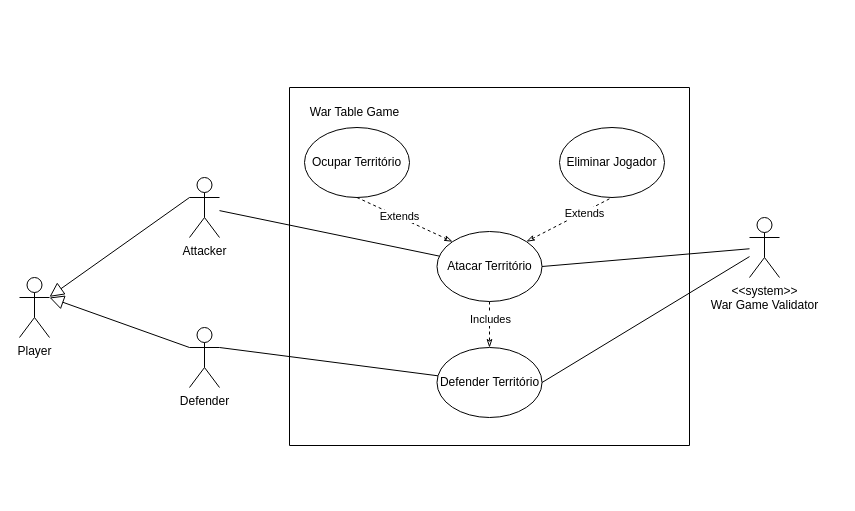
Earlier version of the draw.io diagram use_case_digram_territory_confront.drawio (Gil32610/use-case-digram-territory-confront). Source tidied: cells renumbered, new cells numbered last; positions are measured from the earlier drawing's top-left corner, leaving out a move shared by most shapes. Both pictures are drawn from the tidied source at 100%, with x=0, y=0 at pixel (19, 87).
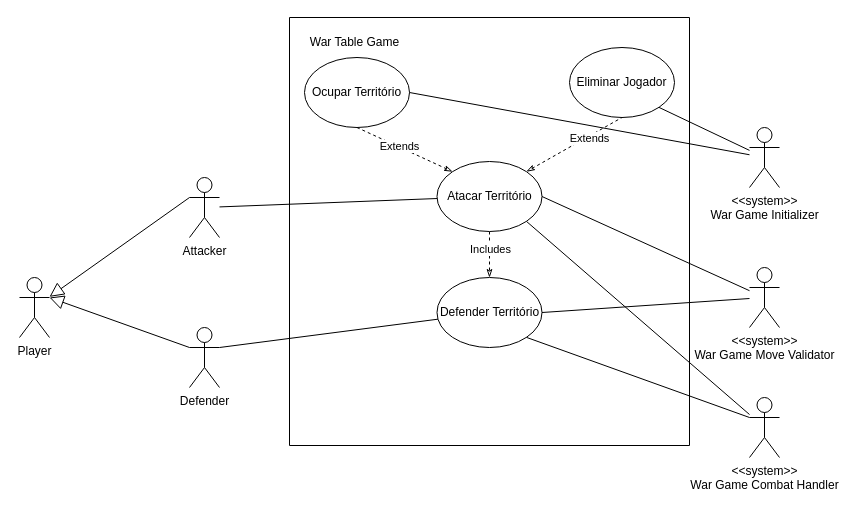
Above is the later version.

Commit message:
war game move validator and war game initializer

The change refers to these unchanged cells:
```xml
<mxCell id="16" value="Atacar Território" style="ellipse;whiteSpace=wrap;html=1;" parent="9" vertex="1">
  <mxGeometry x="147.5" y="144" width="105" height="70" as="geometry" />
</mxCell>
<mxCell id="17" value="Ocupar Território" style="ellipse;whiteSpace=wrap;html=1;" parent="9" vertex="1">
  <mxGeometry x="15" y="40" width="105" height="70" as="geometry" />
</mxCell>
<mxCell id="20" value="Defender Território" style="ellipse;whiteSpace=wrap;html=1;" parent="9" vertex="1">
  <mxGeometry x="147.5" y="260" width="105" height="70" as="geometry" />
</mxCell>
```

What changed in the source:
```diff
@@
-    <mxCell id="7" value="&lt;div&gt;&amp;lt;&amp;lt;system&amp;gt;&amp;gt;&lt;br&gt;&lt;/div&gt;&lt;div&gt;War Game Validator&lt;/div&gt;" style="shape=umlActor;verticalLabelPosition=bottom;verticalAlign=top;html=1;outlineConnect=0;" parent="1" vertex="1">
-      <mxGeometry x="730" y="130" width="30" height="60" as="geometry" />
+    <mxCell id="7" value="&lt;div&gt;&amp;lt;&amp;lt;system&amp;gt;&amp;gt;&lt;br&gt;&lt;/div&gt;&lt;div&gt;War Game Move Validator&lt;/div&gt;" style="shape=umlActor;verticalLabelPosition=bottom;verticalAlign=top;html=1;outlineConnect=0;" parent="1" vertex="1">
+      <mxGeometry x="730" y="180" width="30" height="60" as="geometry" />
     </mxCell>
@@
     <mxCell id="9" style="swimlane;startSize=0;" parent="1" vertex="1">
-      <mxGeometry x="270" width="400" height="358" as="geometry" />
+      <mxGeometry x="270" y="-70" width="400" height="428" as="geometry" />
     </mxCell>
@@
     <mxCell id="18" value="Eliminar Jogador" style="ellipse;whiteSpace=wrap;html=1;" parent="9" vertex="1">
-      <mxGeometry x="270" y="40" width="105" height="70" as="geometry" />
+      <mxGeometry x="280" y="30" width="105" height="70" as="geometry" />
     </mxCell>
@@
+    <mxCell id="24" style="rounded=0;jettySize=auto;html=1;entryX=1;entryY=0.5;entryDx=0;entryDy=0;endArrow=none;endFill=0;" parent="1" edge="1" source="26" target="17">
+      <mxGeometry relative="1" as="geometry" />
+    </mxCell>
+    <mxCell id="25" style="rounded=0;jettySize=auto;html=1;entryX=1;entryY=1;entryDx=0;entryDy=0;endArrow=none;endFill=0;" parent="1" edge="1" source="26" target="18">
+      <mxGeometry relative="1" as="geometry" />
+    </mxCell>
+    <mxCell id="26" value="&lt;div&gt;&amp;lt;&amp;lt;system&amp;gt;&amp;gt;&lt;br&gt;&lt;/div&gt;&lt;div&gt;War Game Initializer&lt;/div&gt;" style="shape=umlActor;verticalLabelPosition=bottom;verticalAlign=top;html=1;outlineConnect=0;" parent="1" vertex="1">
+      <mxGeometry x="730" y="40" width="30" height="60" as="geometry" />
+    </mxCell>
+    <mxCell id="27" style="rounded=0;jettySize=auto;html=1;entryX=1;entryY=1;entryDx=0;entryDy=0;endArrow=none;endFill=0;" parent="1" edge="1" source="29" target="16">
+      <mxGeometry relative="1" as="geometry" />
+    </mxCell>
+    <mxCell id="28" style="rounded=0;jettySize=auto;html=1;exitX=0;exitY=0.3333333333333333;exitDx=0;exitDy=0;exitPerimeter=0;entryX=1;entryY=1;entryDx=0;entryDy=0;endArrow=none;endFill=0;" parent="1" edge="1" source="29" target="20">
+      <mxGeometry relative="1" as="geometry" />
+    </mxCell>
+    <mxCell id="29" value="&lt;div&gt;&amp;lt;&amp;lt;system&amp;gt;&amp;gt;&lt;br&gt;&lt;/div&gt;&lt;div&gt;War Game Combat Handler&lt;br&gt;&lt;/div&gt;" style="shape=umlActor;verticalLabelPosition=bottom;verticalAlign=top;html=1;outlineConnect=0;" parent="1" vertex="1">
+      <mxGeometry x="730" y="310" width="30" height="60" as="geometry" />
+    </mxCell>
```
